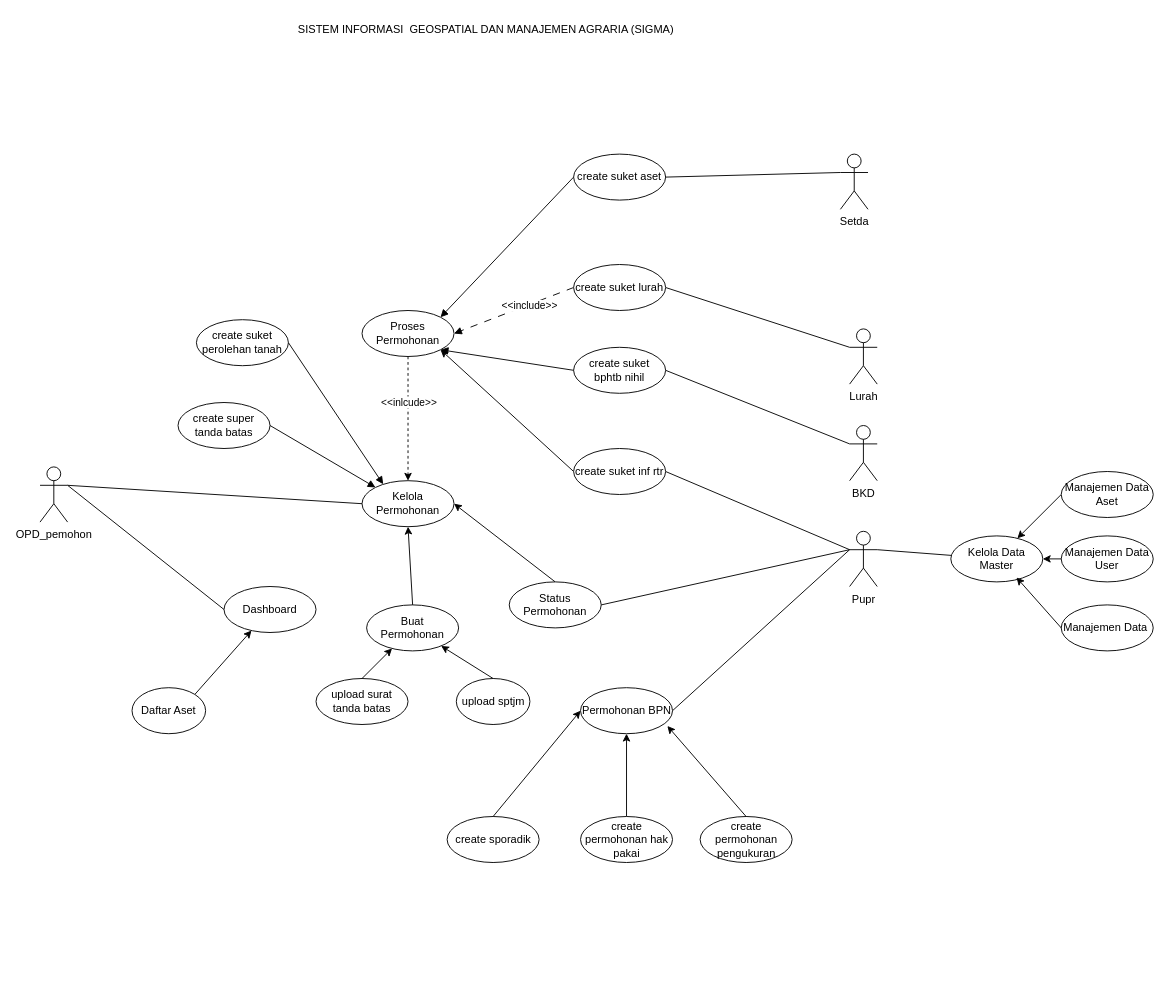
Above: page "Use Case" (1 of 6) of UML.drawio in batrianugrah/sigma (draw.io), before the change. Source tidied: cells renumbered, new cells numbered last; positions are measured from the earlier drawing's top-left corner, leaving out a move shared by most shapes. Both pictures are drawn from the tidied source at 92%, with x=0, y=0 at pixel (40, 16).
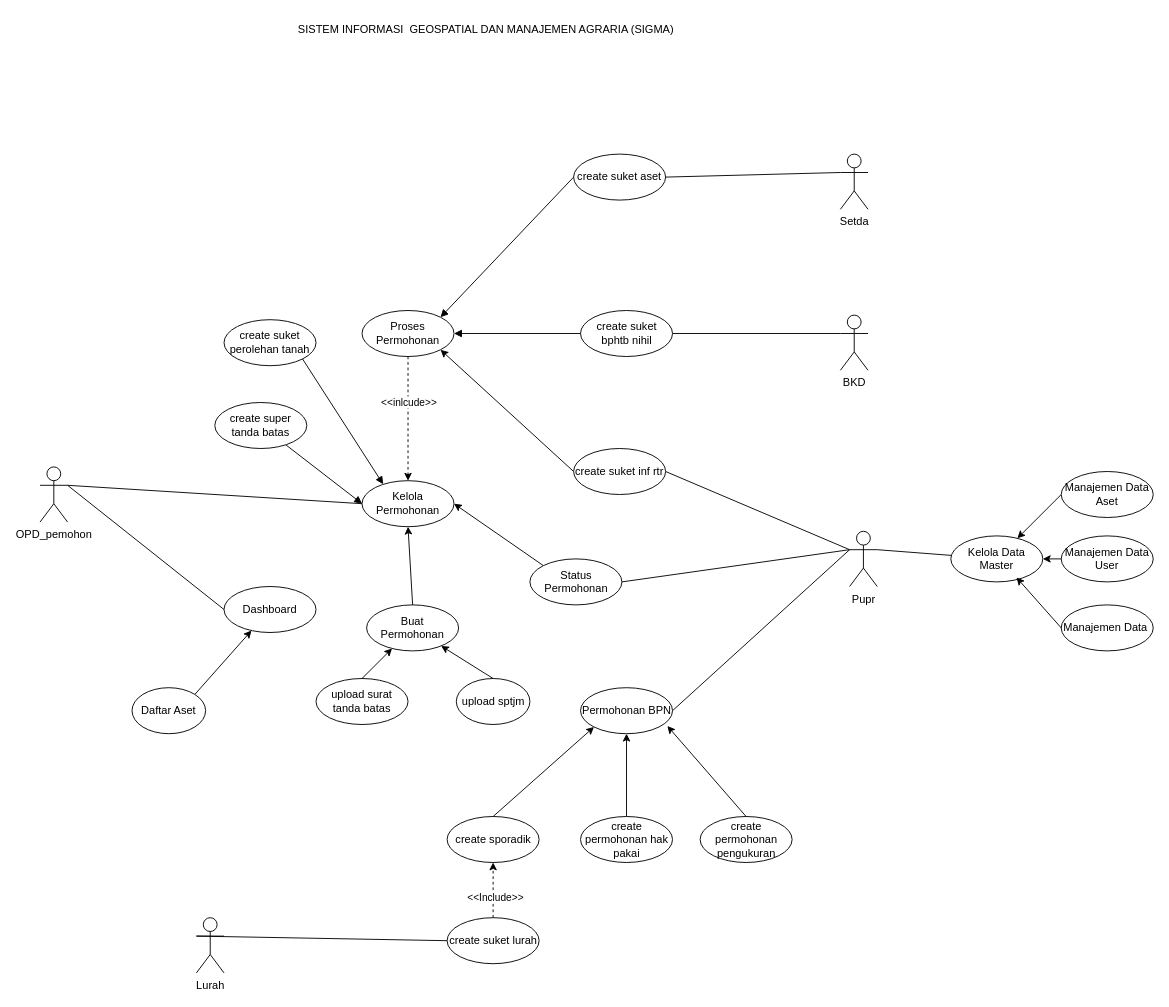
The same diagram, later.

Unchanged cells that the change refers to:
```xml
<mxCell id="15" value="Kelola Permohonan" style="ellipse;whiteSpace=wrap;html=1;" parent="1" vertex="1">
  <mxGeometry x="350" y="505" width="100" height="50" as="geometry" />
</mxCell>
<mxCell id="32" value="create sporadik" style="ellipse;whiteSpace=wrap;html=1;" parent="1" vertex="1">
  <mxGeometry x="442.5" y="870" width="100" height="50" as="geometry" />
</mxCell>
<mxCell id="38" value="Proses Permohonan" style="ellipse;whiteSpace=wrap;html=1;" parent="1" vertex="1">
  <mxGeometry x="350" y="320" width="100" height="50" as="geometry" />
</mxCell>
<mxCell id="41" value="Permohonan BPN" style="ellipse;whiteSpace=wrap;html=1;" parent="1" vertex="1">
  <mxGeometry x="587.5" y="730" width="100" height="50" as="geometry" />
</mxCell>
```

Diff of the diagram source:
```diff
@@
-    <mxCell id="12" style="edgeStyle=none;shape=connector;rounded=0;jettySize=auto;html=1;exitX=0;exitY=0.3333333333333333;exitDx=0;exitDy=0;exitPerimeter=0;entryX=1;entryY=0.5;entryDx=0;entryDy=0;strokeColor=default;align=center;verticalAlign=middle;fontFamily=Helvetica;fontSize=11;fontColor=default;labelBackgroundColor=default;endArrow=none;endFill=0;" parent="1" edge="1" source="13" target="25">
+    <mxCell id="12" style="edgeStyle=none;shape=connector;rounded=0;jettySize=auto;html=1;exitX=0;exitY=0.3333333333333333;exitDx=0;exitDy=0;exitPerimeter=0;entryX=0;entryY=0.5;entryDx=0;entryDy=0;strokeColor=default;align=center;verticalAlign=middle;fontFamily=Helvetica;fontSize=11;fontColor=default;labelBackgroundColor=default;endArrow=none;endFill=0;" parent="1" edge="1" source="13" target="25">
       <mxGeometry relative="1" as="geometry" />
     </mxCell>
     <mxCell id="13" value="Lurah" style="shape=umlActor;verticalLabelPosition=bottom;verticalAlign=top;html=1;outlineConnect=0;" parent="1" vertex="1">
-      <mxGeometry x="880" y="340" width="30" height="60" as="geometry" />
+      <mxGeometry x="170" y="980" width="30" height="60" as="geometry" />
     </mxCell>
@@
-    <mxCell id="16" style="edgeStyle=none;shape=connector;rounded=0;jettySize=auto;html=1;exitX=1;exitY=0.5;exitDx=0;exitDy=0;strokeColor=default;align=center;verticalAlign=middle;fontFamily=Helvetica;fontSize=11;fontColor=default;labelBackgroundColor=default;endArrow=block;endFill=1;entryX=0;entryY=0;entryDx=0;entryDy=0;" parent="1" edge="1" source="17" target="15">
+    <mxCell id="16" style="edgeStyle=none;shape=connector;rounded=0;jettySize=auto;html=1;strokeColor=default;align=center;verticalAlign=middle;fontFamily=Helvetica;fontSize=11;fontColor=default;labelBackgroundColor=default;endArrow=block;endFill=1;entryX=0;entryY=0.5;entryDx=0;entryDy=0;" parent="1" edge="1" source="17" target="15">
       <mxGeometry relative="1" as="geometry" />
     </mxCell>
-    <mxCell id="17" value="create super tanda batas" style="ellipse;whiteSpace=wrap;html=1;" parent="1" vertex="1">
-      <mxGeometry x="150" y="420" width="100" height="50" as="geometry" />
-    </mxCell>
     <mxCell id="18" value="create suket perolehan tanah" style="ellipse;whiteSpace=wrap;html=1;" parent="1" vertex="1">
-      <mxGeometry x="170" y="330" width="100" height="50" as="geometry" />
+      <mxGeometry x="200" y="330" width="100" height="50" as="geometry" />
     </mxCell>
@@
-    <mxCell id="23" style="edgeStyle=none;shape=connector;rounded=0;jettySize=auto;html=1;exitX=0;exitY=0.5;exitDx=0;exitDy=0;entryX=1;entryY=0.5;entryDx=0;entryDy=0;strokeColor=default;align=center;verticalAlign=middle;fontFamily=Helvetica;fontSize=11;fontColor=default;labelBackgroundColor=default;endArrow=block;endFill=1;dashed=1;dashPattern=8 8;" parent="1" edge="1" source="25" target="38">
-      <mxGeometry relative="1" as="geometry" />
-    </mxCell>
-    <mxCell id="24" value="&amp;lt;&amp;lt;include&amp;gt;&amp;gt;" style="edgeLabel;html=1;align=center;verticalAlign=middle;" parent="23" vertex="1">
-      <mxGeometry x="-0.26" y="1" relative="1" as="geometry" />
-    </mxCell>
+    <mxCell id="59" style="edgeStyle=orthogonalEdgeStyle;rounded=0;jettySize=auto;html=1;exitX=0.5;exitY=0;exitDx=0;exitDy=0;dashed=1;" parent="1" edge="1" source="25" target="32">
+      <mxGeometry relative="1" as="geometry" />
+    </mxCell>
+    <mxCell id="60" value="&amp;lt;&amp;lt;Include&amp;gt;&amp;gt;" style="edgeLabel;html=1;align=center;verticalAlign=middle;" parent="59" vertex="1">
+      <mxGeometry x="-0.23" y="-1" relative="1" as="geometry">
+        <mxPoint x="1" as="offset" />
+      </mxGeometry>
+    </mxCell>
     <mxCell id="25" value="create suket lurah" style="ellipse;whiteSpace=wrap;html=1;" parent="1" vertex="1">
-      <mxGeometry x="580" y="270" width="100" height="50" as="geometry" />
+      <mxGeometry x="442.5" y="980" width="100" height="50" as="geometry" />
     </mxCell>
@@
     <mxCell id="27" value="BKD" style="shape=umlActor;verticalLabelPosition=bottom;verticalAlign=top;html=1;outlineConnect=0;" parent="1" vertex="1">
-      <mxGeometry x="880" y="445" width="30" height="60" as="geometry" />
+      <mxGeometry x="870" y="325" width="30" height="60" as="geometry" />
     </mxCell>
     <mxCell id="28" value="create suket bphtb nihil" style="ellipse;whiteSpace=wrap;html=1;" parent="1" vertex="1">
-      <mxGeometry x="580" y="360" width="100" height="50" as="geometry" />
+      <mxGeometry x="587.5" y="320" width="100" height="50" as="geometry" />
     </mxCell>
@@
-    <mxCell id="31" style="edgeStyle=none;shape=connector;rounded=0;jettySize=auto;html=1;exitX=0.5;exitY=0;exitDx=0;exitDy=0;entryX=0;entryY=0.5;entryDx=0;entryDy=0;strokeColor=default;align=center;verticalAlign=middle;fontFamily=Helvetica;fontSize=11;fontColor=default;labelBackgroundColor=default;endArrow=classic;" parent="1" edge="1" source="32" target="41">
+    <mxCell id="31" style="edgeStyle=none;shape=connector;rounded=0;jettySize=auto;html=1;exitX=0.5;exitY=0;exitDx=0;exitDy=0;entryX=0;entryY=1;entryDx=0;entryDy=0;strokeColor=default;align=center;verticalAlign=middle;fontFamily=Helvetica;fontSize=11;fontColor=default;labelBackgroundColor=default;endArrow=classic;" parent="1" edge="1" source="32" target="41">
       <mxGeometry relative="1" as="geometry" />
     </mxCell>
@@
-    <mxCell id="39" style="edgeStyle=none;shape=connector;rounded=0;jettySize=auto;html=1;exitX=1;exitY=0.5;exitDx=0;exitDy=0;strokeColor=default;align=center;verticalAlign=middle;fontFamily=Helvetica;fontSize=11;fontColor=default;labelBackgroundColor=default;endArrow=block;endFill=1;entryX=0.23;entryY=0.077;entryDx=0;entryDy=0;entryPerimeter=0;" parent="1" edge="1" source="18" target="15">
+    <mxCell id="39" style="edgeStyle=none;shape=connector;rounded=0;jettySize=auto;html=1;exitX=1;exitY=1;exitDx=0;exitDy=0;strokeColor=default;align=center;verticalAlign=middle;fontFamily=Helvetica;fontSize=11;fontColor=default;labelBackgroundColor=default;endArrow=block;endFill=1;entryX=0.23;entryY=0.077;entryDx=0;entryDy=0;entryPerimeter=0;" parent="1" edge="1" source="18" target="15">
       <mxGeometry relative="1" as="geometry" />
     </mxCell>
-    <mxCell id="40" style="edgeStyle=none;shape=connector;rounded=0;jettySize=auto;html=1;exitX=0;exitY=0.5;exitDx=0;exitDy=0;entryX=1;entryY=1;entryDx=0;entryDy=0;strokeColor=default;align=center;verticalAlign=middle;fontFamily=Helvetica;fontSize=11;fontColor=default;labelBackgroundColor=default;endArrow=block;endFill=1;" parent="1" edge="1" source="28" target="38">
+    <mxCell id="40" style="edgeStyle=none;shape=connector;rounded=0;jettySize=auto;html=1;exitX=0;exitY=0.5;exitDx=0;exitDy=0;entryX=1;entryY=0.5;entryDx=0;entryDy=0;strokeColor=default;align=center;verticalAlign=middle;fontFamily=Helvetica;fontSize=11;fontColor=default;labelBackgroundColor=default;endArrow=block;endFill=1;" parent="1" edge="1" source="28" target="38">
       <mxGeometry relative="1" as="geometry" />
     </mxCell>
@@
-    <mxCell id="46" style="edgeStyle=none;shape=connector;rounded=0;jettySize=auto;html=1;exitX=0.5;exitY=0;exitDx=0;exitDy=0;entryX=1;entryY=0.5;entryDx=0;entryDy=0;strokeColor=default;align=center;verticalAlign=middle;fontFamily=Helvetica;fontSize=15;fontColor=default;fontStyle=1;labelBackgroundColor=default;endArrow=classic;" parent="1" edge="1" source="47" target="15">
+    <mxCell id="46" style="edgeStyle=none;shape=connector;rounded=0;jettySize=auto;html=1;exitX=0;exitY=0;exitDx=0;exitDy=0;entryX=1;entryY=0.5;entryDx=0;entryDy=0;strokeColor=default;align=center;verticalAlign=middle;fontFamily=Helvetica;fontSize=15;fontColor=default;fontStyle=1;labelBackgroundColor=default;endArrow=classic;" parent="1" edge="1" source="47" target="15">
       <mxGeometry relative="1" as="geometry" />
     </mxCell>
     <mxCell id="47" value="Status Permohonan" style="ellipse;whiteSpace=wrap;html=1;" parent="1" vertex="1">
-      <mxGeometry x="510" y="615" width="100" height="50" as="geometry" />
+      <mxGeometry x="532.5" y="590" width="100" height="50" as="geometry" />
     </mxCell>
@@
+    <mxCell id="61" style="edgeStyle=none;shape=connector;rounded=0;jettySize=auto;html=1;strokeColor=default;align=center;verticalAlign=middle;fontFamily=Helvetica;fontSize=11;fontColor=default;labelBackgroundColor=default;endArrow=block;endFill=1;entryX=0;entryY=0;entryDx=0;entryDy=0;" parent="1" edge="1" target="17">
+      <mxGeometry relative="1" as="geometry">
+        <mxPoint x="240" y="440" as="sourcePoint" />
+      </mxGeometry>
+    </mxCell>
+    <mxCell id="17" value="create super tanda batas" style="ellipse;whiteSpace=wrap;html=1;" parent="1" vertex="1">
+      <mxGeometry x="190" y="420" width="100" height="50" as="geometry" />
+    </mxCell>
```
